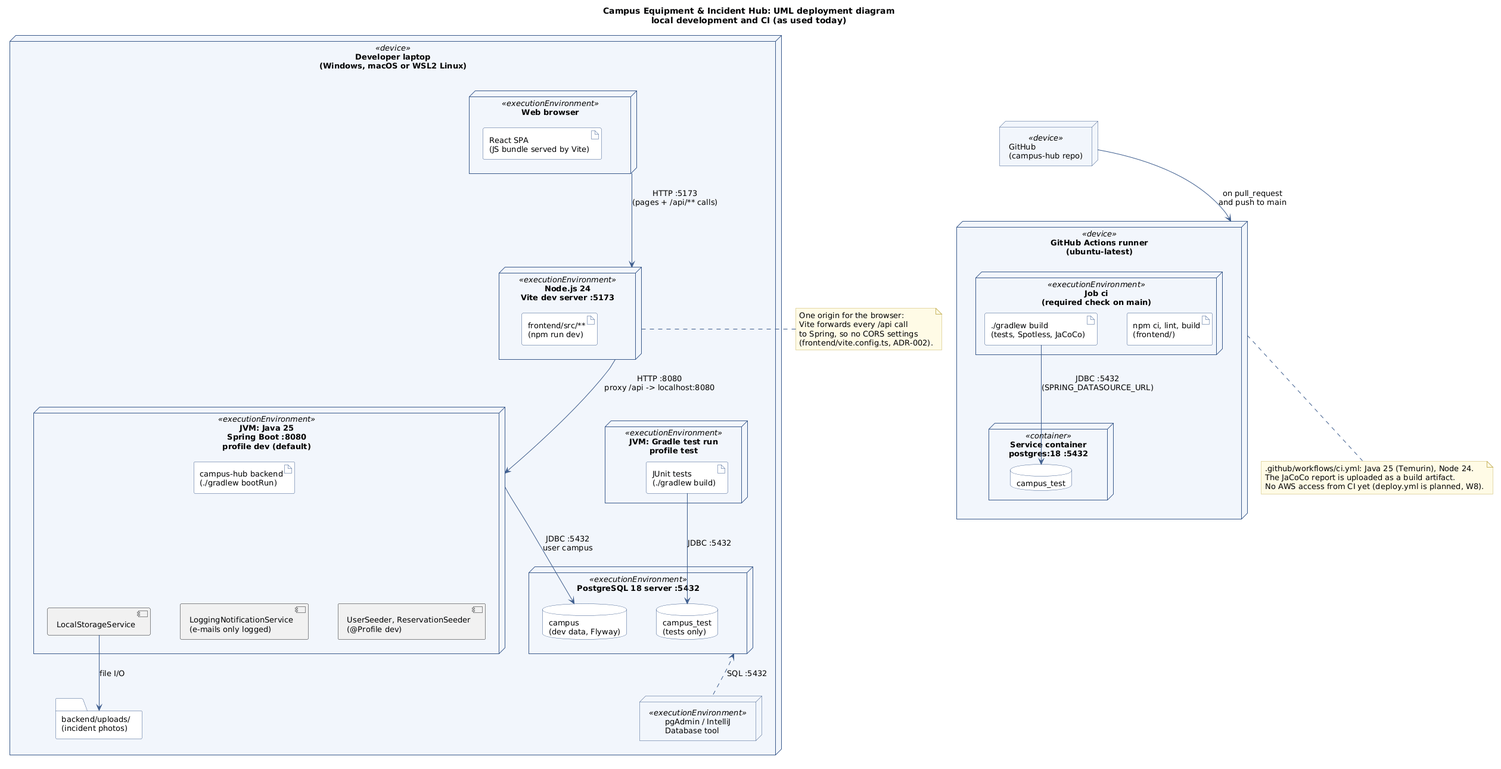
This is docs/diagrams/deployment-local.png from FundamenteleInginerieiSoftware/campus-hub, a PlantUML export, as it was before one commit.
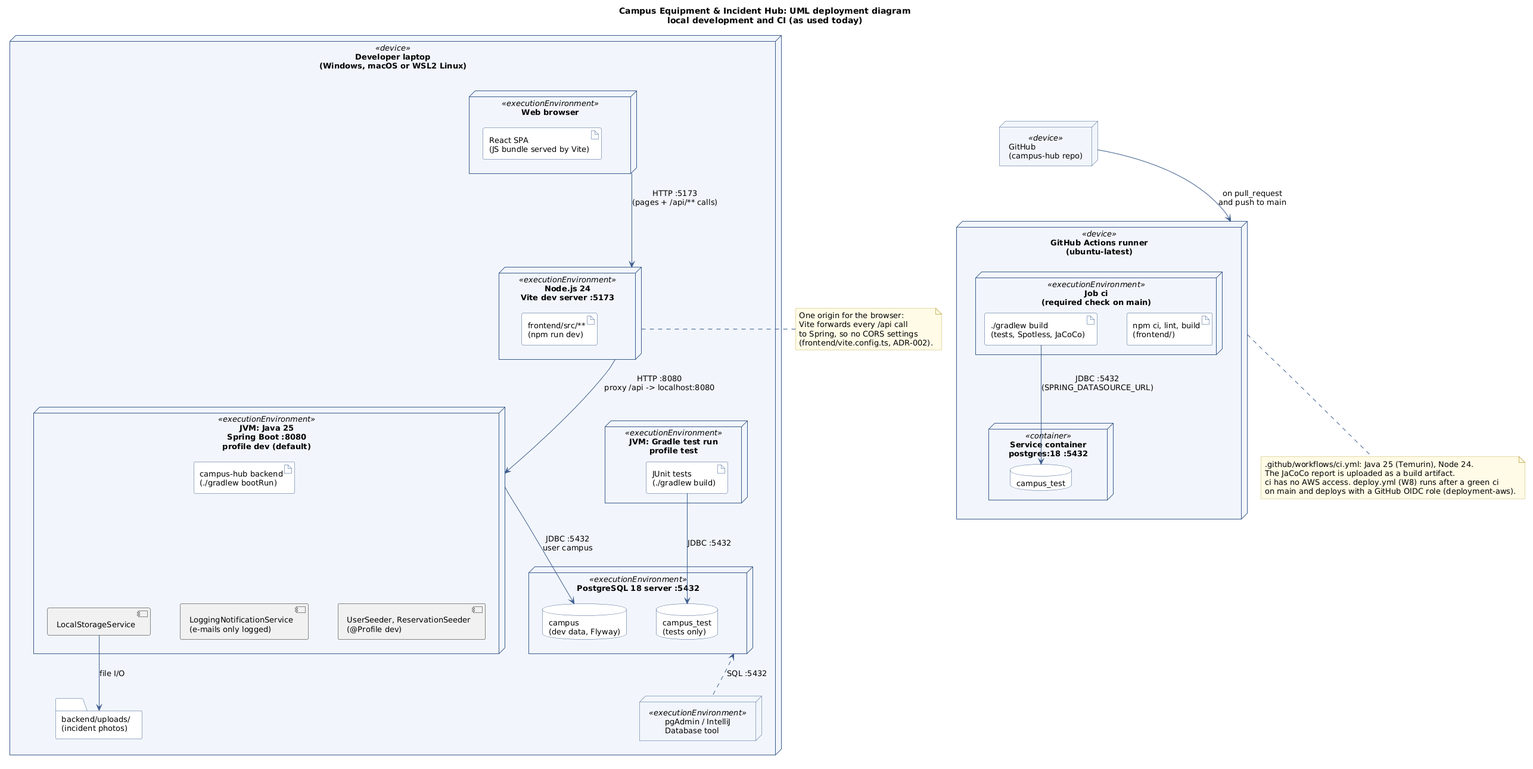
The same diagram one commit later.

Commit message:
infra(aws): add deploy.yml with GitHub OIDC role for ECR push and SSM deploy (#320)

Diff of the diagram source:
```diff
@@ -97,7 +97,8 @@
 note bottom of runner
   .github/workflows/ci.yml: Java 25 (Temurin), Node 24.
   The JaCoCo report is uploaded as a build artifact.
-  No AWS access from CI yet (deploy.yml is planned, W8).
+  ci has no AWS access. deploy.yml (W8) runs after a green ci
+  on main and deploys with a GitHub OIDC role (deployment-aws).
 end note
 
 @enduml
```
